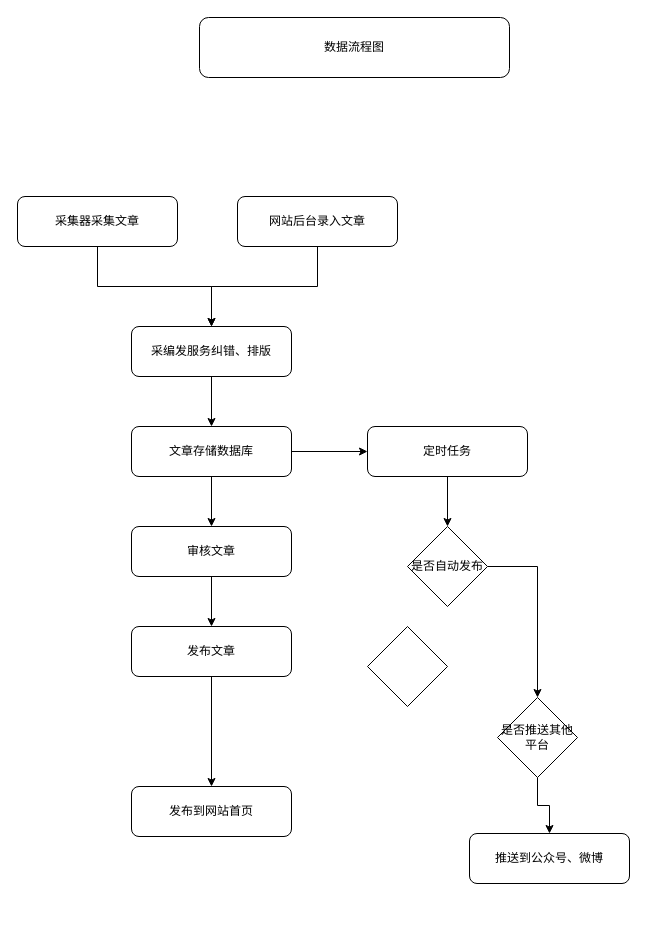
The draw.io diagram 未命名绘图.drawio in zhangfengman/autoJs, before the edit. Source tidied: cells renumbered, new cells numbered last; positions are measured from the earlier drawing's top-left corner, leaving out a move shared by most shapes. Both pictures are drawn from the tidied source at 100%, with x=0, y=0 at pixel (17, 17).
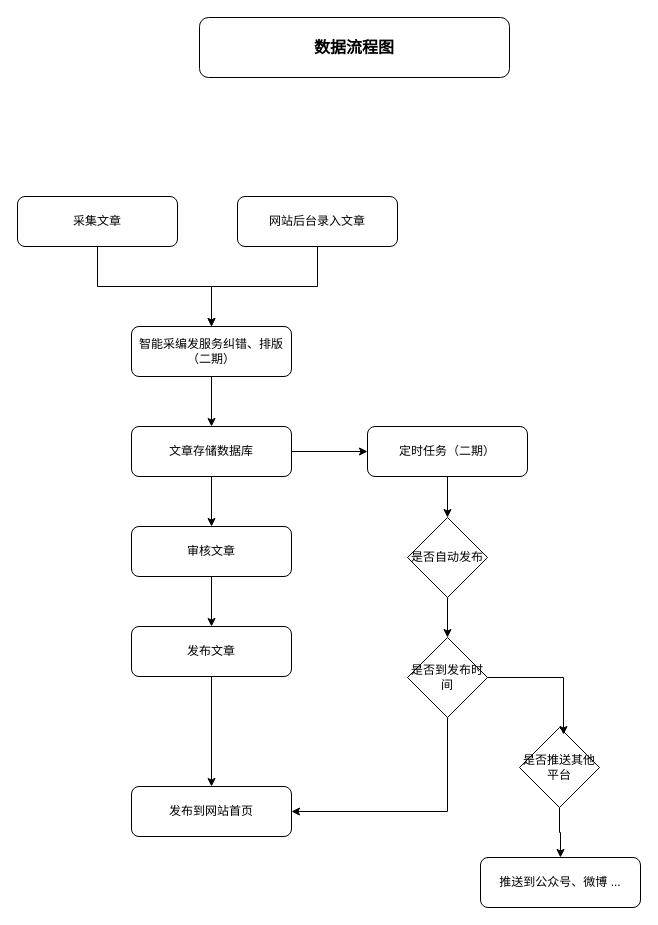
Above is the later version.

Commit message:
更新未命名绘图.drawio

Unchanged cells that the change refers to:
```xml
<mxCell id="9" value="发布到网站首页" style="rounded=1;whiteSpace=wrap;html=1;" parent="1" vertex="1">
  <mxGeometry x="114" y="769" width="160" height="50" as="geometry" />
</mxCell>
```

Change to the diagram source:
```diff
@@
-    <mxCell id="2" value="数据流程图" style="rounded=1;whiteSpace=wrap;html=1;" parent="1" vertex="1">
+    <mxCell id="2" value="&lt;b&gt;&lt;font style=&quot;font-size: 16px;&quot;&gt;数据流程图&lt;/font&gt;&lt;/b&gt;" style="rounded=1;whiteSpace=wrap;html=1;" parent="1" vertex="1">
       <mxGeometry x="182" width="310" height="60" as="geometry" />
     </mxCell>
@@
-    <mxCell id="6" value="采集器采集文章" style="rounded=1;whiteSpace=wrap;html=1;" parent="1" vertex="1">
+    <mxCell id="6" value="采集文章" style="rounded=1;whiteSpace=wrap;html=1;" parent="1" vertex="1">
       <mxGeometry y="179" width="160" height="50" as="geometry" />
     </mxCell>
@@
-    <mxCell id="8" value="采编发服务纠错、排版" style="rounded=1;whiteSpace=wrap;html=1;" parent="1" vertex="1">
+    <mxCell id="8" value="智能采编发服务纠错、排版（二期）" style="rounded=1;whiteSpace=wrap;html=1;" parent="1" vertex="1">
       <mxGeometry x="114" y="309" width="160" height="50" as="geometry" />
     </mxCell>
@@
-    <mxCell id="10" style="edgeStyle=orthogonalEdgeStyle;rounded=0;jettySize=auto;html=1;exitX=1;exitY=0.5;exitDx=0;exitDy=0;entryX=0.5;entryY=0;entryDx=0;entryDy=0;" parent="1" edge="1" source="11" target="19">
-      <mxGeometry relative="1" as="geometry" />
-    </mxCell>
+    <mxCell id="25" style="edgeStyle=orthogonalEdgeStyle;rounded=0;jettySize=auto;html=1;exitX=0.5;exitY=1;exitDx=0;exitDy=0;entryX=0.5;entryY=0;entryDx=0;entryDy=0;" parent="1" edge="1" source="11" target="24">
+      <mxGeometry relative="1" as="geometry" />
+    </mxCell>
     <mxCell id="11" value="是否自动发布" style="rhombus;whiteSpace=wrap;html=1;" parent="1" vertex="1">
-      <mxGeometry x="390" y="509" width="80" height="80" as="geometry" />
+      <mxGeometry x="390" y="500" width="80" height="80" as="geometry" />
     </mxCell>
-    <mxCell id="12" value="推送到公众号、微博" style="rounded=1;whiteSpace=wrap;html=1;" parent="1" vertex="1">
-      <mxGeometry x="452" y="816" width="160" height="50" as="geometry" />
+    <mxCell id="12" value="推送到公众号、微博 ..." style="rounded=1;whiteSpace=wrap;html=1;" parent="1" vertex="1">
+      <mxGeometry x="463" y="840" width="160" height="50" as="geometry" />
     </mxCell>
@@
-    <mxCell id="17" value="定时任务" style="rounded=1;whiteSpace=wrap;html=1;" parent="1" vertex="1">
+    <mxCell id="17" value="定时任务（二期）" style="rounded=1;whiteSpace=wrap;html=1;" parent="1" vertex="1">
       <mxGeometry x="350" y="409" width="160" height="50" as="geometry" />
     </mxCell>
@@
     <mxCell id="19" value="是否推送其他平台" style="rhombus;whiteSpace=wrap;html=1;" parent="1" vertex="1">
-      <mxGeometry x="480" y="680" width="80" height="80" as="geometry" />
+      <mxGeometry x="502" y="710" width="80" height="80" as="geometry" />
     </mxCell>
@@
+    <mxCell id="26" style="edgeStyle=orthogonalEdgeStyle;rounded=0;jettySize=auto;html=1;exitX=0.5;exitY=1;exitDx=0;exitDy=0;entryX=1;entryY=0.5;entryDx=0;entryDy=0;" parent="1" edge="1" source="24" target="9">
+      <mxGeometry relative="1" as="geometry" />
+    </mxCell>
-    <mxCell id="24" style="rhombus;whiteSpace=wrap;html=1;" parent="1" vertex="1">
-      <mxGeometry x="350" y="609" width="80" height="80" as="geometry" />
+    <mxCell id="24" value="是否到发布时间" style="rhombus;whiteSpace=wrap;html=1;" parent="1" vertex="1">
+      <mxGeometry x="390" y="620" width="80" height="80" as="geometry" />
     </mxCell>
+    <mxCell id="27" style="edgeStyle=orthogonalEdgeStyle;rounded=0;jettySize=auto;html=1;entryX=0.55;entryY=0.088;entryDx=0;entryDy=0;entryPerimeter=0;" parent="1" edge="1" source="24" target="19">
+      <mxGeometry relative="1" as="geometry" />
+    </mxCell>
```
